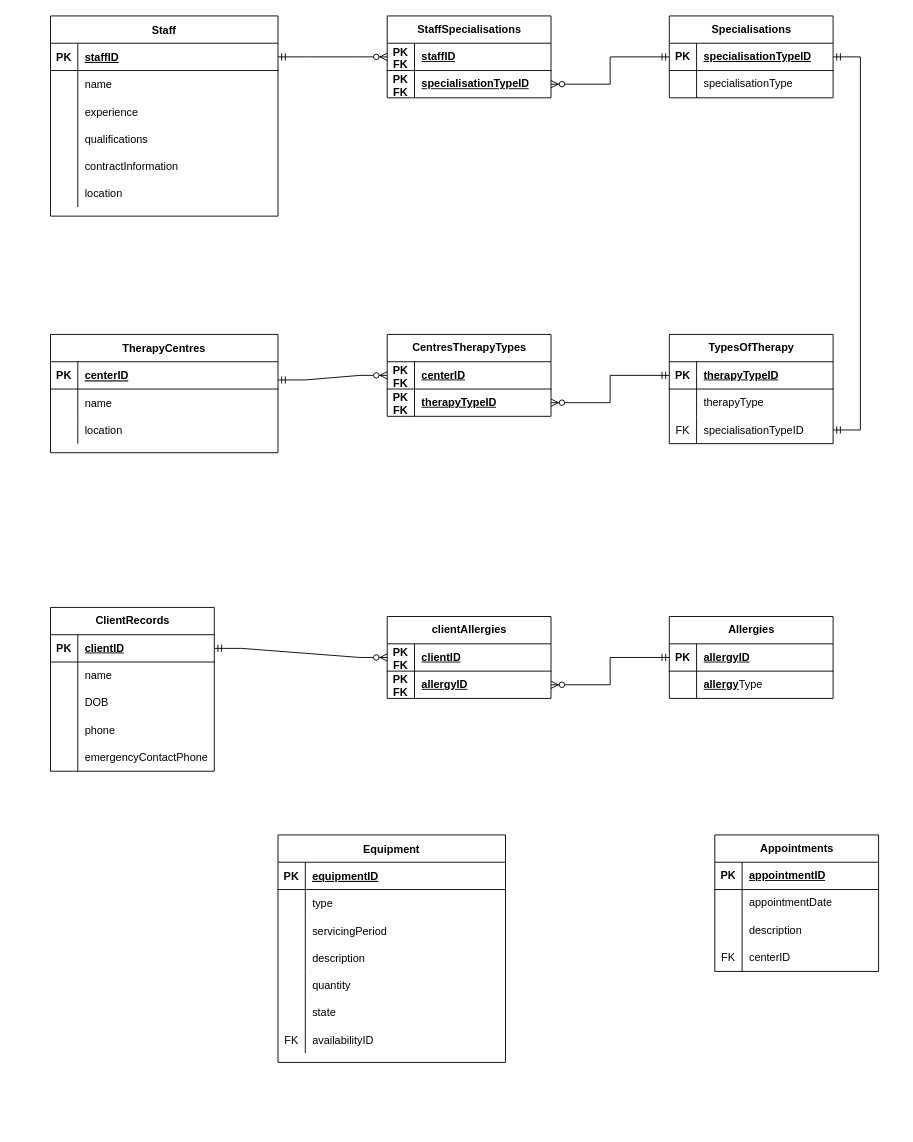
This is Assignment3A.drawio from GreenFella/databaseclass, a draw.io file, before an edit. Source tidied: cells renumbered, new cells numbered last; positions are measured from the earlier drawing's top-left corner, leaving out a move shared by most shapes. Both pictures are drawn from the tidied source at 91%, with x=0, y=0 at pixel (50, 15).
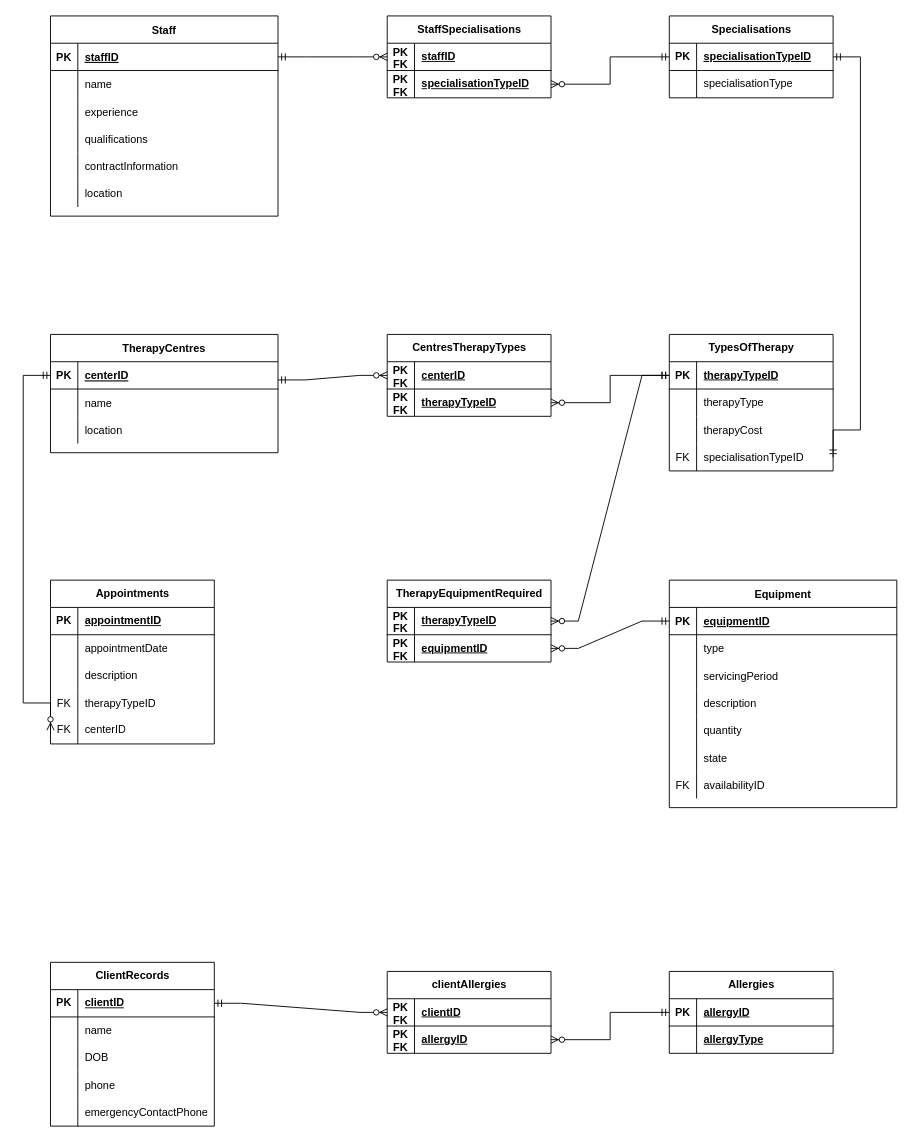
Above is the later version.

Unchanged cells that the change refers to:
```xml
<mxCell id="3" style="shape=partialRectangle;fillColor=none;points=[[0,0.5],[1,0.5]];portConstraint=eastwest;top=0;left=0;right=0;bottom=1;" parent="2" vertex="1">
  <mxGeometry y="30" width="250" height="30" as="geometry" />
</mxCell>
<mxCell id="13" style="shape=partialRectangle;fillColor=none;points=[[0,0.5],[1,0.5]];portConstraint=eastwest;top=0;left=0;right=0;bottom=1;" parent="12" vertex="1">
  <mxGeometry y="30" width="250" height="30" as="geometry" />
</mxCell>
<mxCell id="54" style="shape=tableRow;horizontal=0;startSize=0;swimlaneHead=0;swimlaneBody=0;fillColor=none;points=[[0,0.5],[1,0.5]];portConstraint=eastwest;top=0;left=0;right=0;bottom=1;" parent="53" vertex="1">
  <mxGeometry y="30" width="180" height="30" as="geometry" />
</mxCell>
<mxCell id="131" style="shape=tableRow;horizontal=0;startSize=0;swimlaneHead=0;swimlaneBody=0;fillColor=none;top=0;left=0;right=0;bottom=0;" parent="127" vertex="1">
  <mxGeometry y="60" width="180" height="30" as="geometry" />
</mxCell>
```

Change to the diagram source:
```diff
@@
     <mxCell id="12" value="Equipment" style="shape=table;startSize=30;childLayout=tableLayout;rowLines=0;fontStyle=1;align=center;" parent="1" vertex="1">
-      <mxGeometry x="250" y="900" width="250" height="250" as="geometry" />
+      <mxGeometry x="680" y="620" width="250" height="250" as="geometry" />
     </mxCell>
@@
     <mxCell id="53" value="TypesOfTherapy" style="shape=table;startSize=30;childLayout=tableLayout;rowLines=0;fontStyle=1;align=center;html=1;" parent="1" vertex="1">
-      <mxGeometry x="680" y="350" width="180" height="120" as="geometry" />
+      <mxGeometry x="680" y="350" width="180" height="150" as="geometry" />
     </mxCell>
@@
+    <mxCell id="135" style="shape=tableRow;horizontal=0;startSize=0;swimlaneHead=0;swimlaneBody=0;fillColor=none;top=0;left=0;right=0;bottom=0;" parent="53" vertex="1">
+      <mxGeometry y="90" width="180" height="30" as="geometry" />
+    </mxCell>
+    <mxCell id="136" style="shape=partialRectangle;fillColor=none;top=0;left=0;bottom=0;right=0;overflow=hidden;" parent="135" vertex="1">
+      <mxGeometry width="30" height="30" as="geometry" />
+    </mxCell>
+    <mxCell id="137" value="therapyCost" style="shape=partialRectangle;fillColor=none;top=0;left=0;bottom=0;right=0;align=left;spacingLeft=6;overflow=hidden;" parent="135" vertex="1">
+      <mxGeometry x="30" width="150" height="30" as="geometry" />
+    </mxCell>
     <mxCell id="60" style="shape=tableRow;horizontal=0;startSize=0;swimlaneHead=0;swimlaneBody=0;fillColor=none;points=[[0,0.5],[1,0.5]];portConstraint=eastwest;top=0;left=0;right=0;bottom=0;" parent="53" vertex="1">
-      <mxGeometry y="90" width="180" height="30" as="geometry" />
+      <mxGeometry y="120" width="180" height="30" as="geometry" />
     </mxCell>
@@
     <mxCell id="63" value="ClientRecords" style="shape=table;startSize=30;childLayout=tableLayout;rowLines=0;fontStyle=1;align=center;html=1;" parent="1" vertex="1">
-      <mxGeometry y="650" width="180" height="180" as="geometry" />
+      <mxGeometry y="1040" width="180" height="180" as="geometry" />
     </mxCell>
@@
     <mxCell id="79" value="Appointments" style="shape=table;startSize=30;childLayout=tableLayout;rowLines=0;fontStyle=1;align=center;html=1;" parent="1" vertex="1">
-      <mxGeometry x="730" y="900" width="180" height="150" as="geometry" />
+      <mxGeometry y="620" width="180" height="180" as="geometry" />
     </mxCell>
@@
+    <mxCell id="138" style="shape=tableRow;horizontal=0;startSize=0;swimlaneHead=0;swimlaneBody=0;fillColor=none;top=0;left=0;right=0;bottom=0;" parent="79" vertex="1">
+      <mxGeometry y="120" width="180" height="30" as="geometry" />
+    </mxCell>
+    <mxCell id="139" value="FK" style="shape=partialRectangle;fillColor=none;top=0;left=0;bottom=0;right=0;overflow=hidden;" parent="138" vertex="1">
+      <mxGeometry width="30" height="30" as="geometry" />
+    </mxCell>
+    <mxCell id="140" value="therapyTypeID" style="shape=partialRectangle;fillColor=none;top=0;left=0;bottom=0;right=0;align=left;spacingLeft=6;overflow=hidden;" parent="138" vertex="1">
+      <mxGeometry x="30" width="150" height="30" as="geometry" />
+    </mxCell>
     <mxCell id="89" style="shape=tableRow;horizontal=0;startSize=0;swimlaneHead=0;swimlaneBody=0;fillColor=none;points=[[0,0.5],[1,0.5]];portConstraint=eastwest;top=0;left=0;right=0;bottom=0;" parent="79" vertex="1">
-      <mxGeometry y="120" width="180" height="30" as="geometry" />
+      <mxGeometry y="150" width="180" height="30" as="geometry" />
     </mxCell>
@@
     <mxCell id="118" style="shape=partialRectangle;fillColor=none;top=0;left=0;bottom=0;right=0;overflow=hidden;whiteSpace=wrap;html=1;" parent="1" vertex="1">
-      <mxGeometry x="550" y="630" width="30" height="30" as="geometry" />
+      <mxGeometry x="550" y="1020" width="30" height="30" as="geometry" />
     </mxCell>
     <mxCell id="119" value="clientAllergies" style="shape=table;startSize=30;childLayout=tableLayout;rowLines=0;fontStyle=1;align=center;html=1;" parent="1" vertex="1">
-      <mxGeometry x="370" y="660" width="180" height="90" as="geometry" />
+      <mxGeometry x="370" y="1050" width="180" height="90" as="geometry" />
     </mxCell>
@@
     <mxCell id="127" value="Allergies" style="shape=table;startSize=30;childLayout=tableLayout;rowLines=0;fontStyle=1;align=center;html=1;" parent="1" vertex="1">
-      <mxGeometry x="680" y="660" width="180" height="90" as="geometry" />
+      <mxGeometry x="680" y="1050" width="180" height="90" as="geometry" />
     </mxCell>
@@
-    <mxCell id="133" value="&lt;span style=&quot;font-weight: 700; text-decoration-line: underline;&quot;&gt;allergy&lt;/span&gt;Type" style="shape=partialRectangle;fillColor=none;top=0;left=0;bottom=0;right=0;align=left;spacingLeft=6;overflow=hidden;whiteSpace=wrap;html=1;" parent="131" vertex="1">
+    <mxCell id="133" value="&lt;u&gt;&lt;b&gt;allergyType&lt;/b&gt;&lt;/u&gt;" style="shape=partialRectangle;fillColor=none;top=0;left=0;bottom=0;right=0;align=left;spacingLeft=6;overflow=hidden;whiteSpace=wrap;html=1;" parent="131" vertex="1">
       <mxGeometry x="30" width="150" height="30" as="geometry" />
     </mxCell>
@@
+    <mxCell id="141" style="edgeStyle=orthogonalEdgeStyle;fontSize=12;html=1;endArrow=ERzeroToMany;startArrow=ERmandOne;rounded=0;entryX=0;entryY=0.5;entryDx=0;entryDy=0;" parent="1" edge="1" source="3" target="89">
+      <mxGeometry relative="1" as="geometry">
+        <Array as="points">
+          <mxPoint x="-30" y="395" />
+          <mxPoint x="-30" y="755" />
+        </Array>
+      </mxGeometry>
+    </mxCell>
+    <mxCell id="142" value="TherapyEquipmentRequired" style="shape=table;startSize=30;childLayout=tableLayout;rowLines=0;fontStyle=1;align=center;html=1;" parent="1" vertex="1">
+      <mxGeometry x="370" y="620" width="180" height="90" as="geometry" />
+    </mxCell>
+    <mxCell id="143" style="shape=tableRow;horizontal=0;startSize=0;swimlaneHead=0;swimlaneBody=0;fillColor=none;points=[[0,0.5],[1,0.5]];portConstraint=eastwest;top=0;left=0;right=0;bottom=1;" parent="142" vertex="1">
+      <mxGeometry y="30" width="180" height="30" as="geometry" />
+    </mxCell>
+    <mxCell id="144" value="PK FK" style="shape=partialRectangle;fillColor=none;top=0;left=0;bottom=0;right=0;fontStyle=1;overflow=hidden;whiteSpace=wrap;html=1;" parent="143" vertex="1">
+      <mxGeometry width="30" height="30" as="geometry" />
+    </mxCell>
+    <mxCell id="145" value="&lt;div style=&quot;text-align: center;&quot;&gt;&lt;span style=&quot;text-wrap: nowrap;&quot;&gt;therapyTypeID&lt;/span&gt;&lt;/div&gt;" style="shape=partialRectangle;fillColor=none;top=0;left=0;bottom=0;right=0;align=left;spacingLeft=6;fontStyle=5;overflow=hidden;whiteSpace=wrap;html=1;" parent="143" vertex="1">
+      <mxGeometry x="30" width="150" height="30" as="geometry" />
+    </mxCell>
+    <mxCell id="146" style="shape=tableRow;horizontal=0;startSize=0;swimlaneHead=0;swimlaneBody=0;fillColor=none;points=[[0,0.5],[1,0.5]];portConstraint=eastwest;top=0;left=0;right=0;bottom=0;" parent="142" vertex="1">
+      <mxGeometry y="60" width="180" height="30" as="geometry" />
+    </mxCell>
+    <mxCell id="147" value="&lt;b&gt;PK FK&lt;/b&gt;" style="shape=partialRectangle;fillColor=none;top=0;left=0;bottom=0;right=0;overflow=hidden;whiteSpace=wrap;html=1;" parent="146" vertex="1">
+      <mxGeometry width="30" height="30" as="geometry" />
+    </mxCell>
+    <mxCell id="148" value="&lt;span style=&quot;font-weight: 700; text-align: center; text-wrap: nowrap; text-decoration-line: underline;&quot;&gt;equipmentID&lt;/span&gt;" style="shape=partialRectangle;fillColor=none;top=0;left=0;bottom=0;right=0;align=left;spacingLeft=6;overflow=hidden;whiteSpace=wrap;html=1;" parent="146" vertex="1">
+      <mxGeometry x="30" width="150" height="30" as="geometry" />
+    </mxCell>
+    <mxCell id="149" style="edgeStyle=entityRelationEdgeStyle;fontSize=12;html=1;endArrow=ERzeroToMany;startArrow=ERmandOne;rounded=0;" parent="1" edge="1" source="13" target="146">
+      <mxGeometry relative="1" as="geometry" />
+    </mxCell>
+    <mxCell id="150" style="edgeStyle=entityRelationEdgeStyle;fontSize=12;html=1;endArrow=ERzeroToMany;startArrow=ERmandOne;rounded=0;entryX=1;entryY=0.5;entryDx=0;entryDy=0;" parent="1" edge="1" source="54" target="143">
+      <mxGeometry relative="1" as="geometry" />
+    </mxCell>
```
